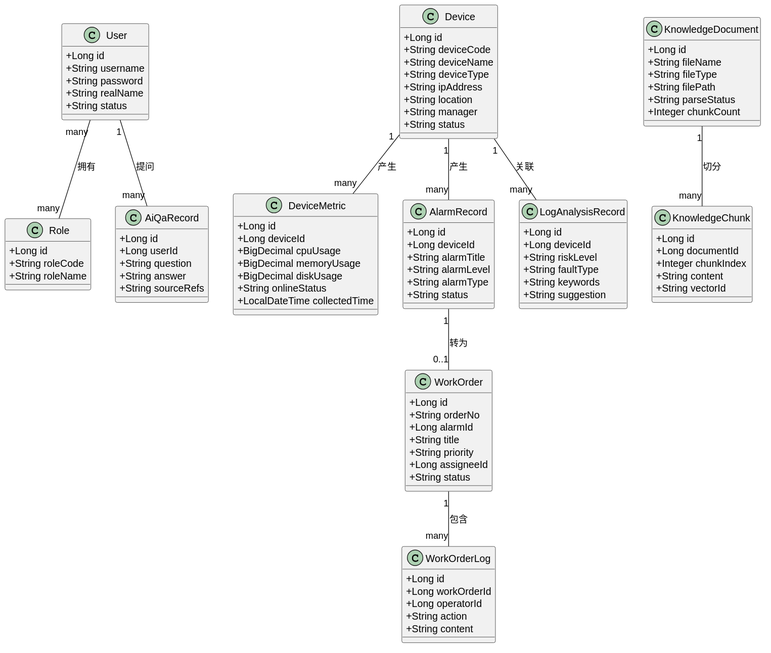
This is docs/设计图/导出图/SVG/02_核心类图.svg from wrj800/-itc-, a PlantUML export, as it was before one commit. Source of this version:
```plantuml
@startuml
skinparam classAttributeIconSize 0

class User {
  +Long id
  +String username
  +String password
  +String realName
  +String status
}

class Role {
  +Long id
  +String roleCode
  +String roleName
}

class Device {
  +Long id
  +String deviceCode
  +String deviceName
  +String deviceType
  +String ipAddress
  +String location
  +String manager
  +String status
}

class DeviceMetric {
  +Long id
  +Long deviceId
  +BigDecimal cpuUsage
  +BigDecimal memoryUsage
  +BigDecimal diskUsage
  +String onlineStatus
  +LocalDateTime collectedTime
}

class AlarmRecord {
  +Long id
  +Long deviceId
  +String alarmTitle
  +String alarmLevel
  +String alarmType
  +String status
}

class WorkOrder {
  +Long id
  +String orderNo
  +Long alarmId
  +String title
  +String priority
  +Long assigneeId
  +String status
}

class WorkOrderLog {
  +Long id
  +Long workOrderId
  +Long operatorId
  +String action
  +String content
}

class LogAnalysisRecord {
  +Long id
  +Long deviceId
  +String riskLevel
  +String faultType
  +String keywords
  +String suggestion
}

class KnowledgeDocument {
  +Long id
  +String fileName
  +String fileType
  +String filePath
  +String parseStatus
  +Integer chunkCount
}

class KnowledgeChunk {
  +Long id
  +Long documentId
  +Integer chunkIndex
  +String content
  +String vectorId
}

class AiQaRecord {
  +Long id
  +Long userId
  +String question
  +String answer
  +String sourceRefs
}

User "many" -- "many" Role : 拥有
Device "1" -- "many" DeviceMetric : 产生
Device "1" -- "many" AlarmRecord : 产生
AlarmRecord "1" -- "0..1" WorkOrder : 转为
WorkOrder "1" -- "many" WorkOrderLog : 包含
Device "1" -- "many" LogAnalysisRecord : 关联
KnowledgeDocument "1" -- "many" KnowledgeChunk : 切分
User "1" -- "many" AiQaRecord : 提问
@enduml
```
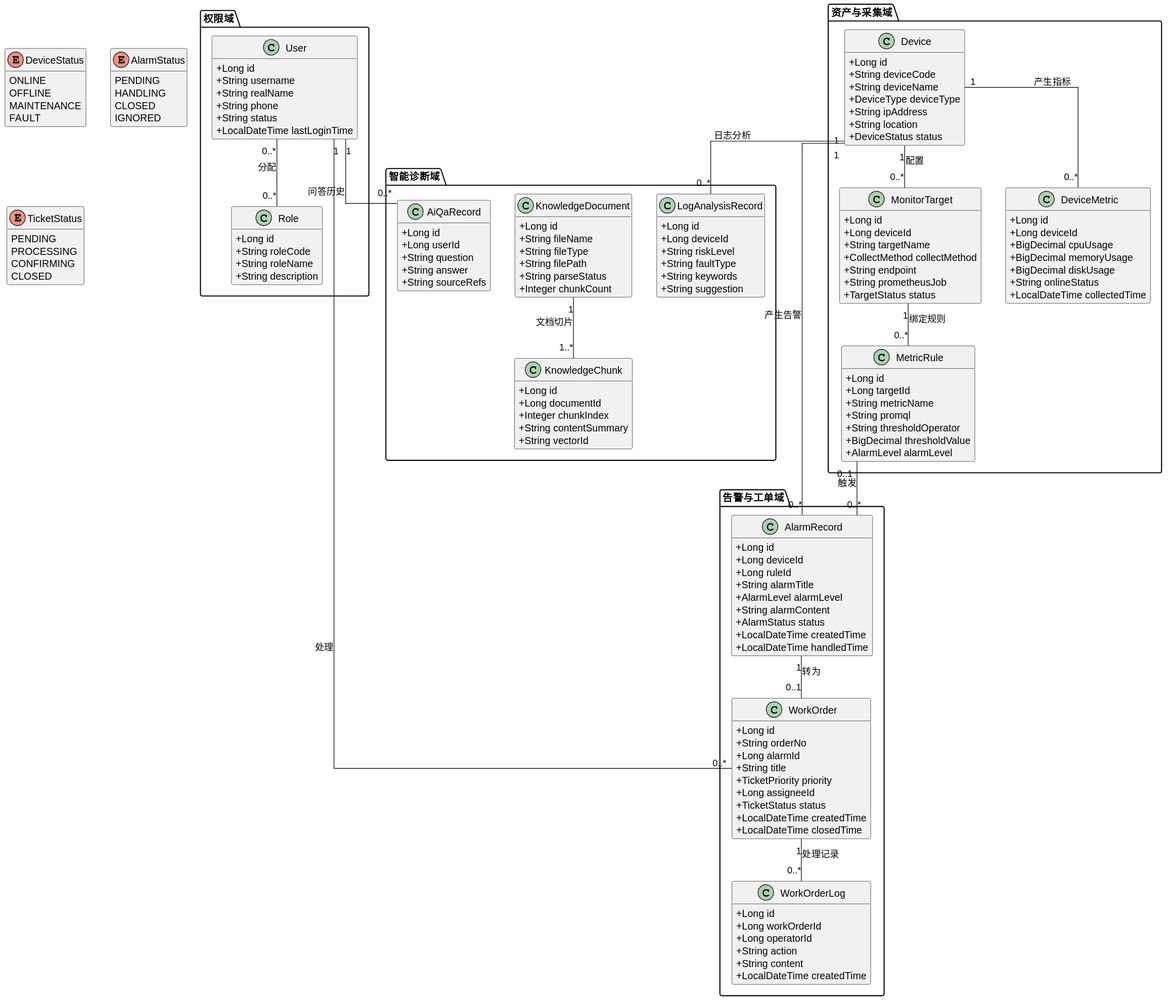
The same file after the commit.

Diff of the diagram source:
```diff
@@ -1,108 +1,170 @@
 @startuml
 skinparam classAttributeIconSize 0
+skinparam linetype ortho
+hide empty methods
 
-class User {
-  +Long id
-  +String username
-  +String password
-  +String realName
-  +String status
+package "权限域" {
+  class User {
+    +Long id
+    +String username
+    +String realName
+    +String phone
+    +String status
+    +LocalDateTime lastLoginTime
+  }
+
+  class Role {
+    +Long id
+    +String roleCode
+    +String roleName
+    +String description
+  }
 }
 
-class Role {
-  +Long id
-  +String roleCode
-  +String roleName
+package "资产与采集域" {
+  class Device {
+    +Long id
+    +String deviceCode
+    +String deviceName
+    +DeviceType deviceType
+    +String ipAddress
+    +String location
+    +DeviceStatus status
+  }
+
+  class MonitorTarget {
+    +Long id
+    +Long deviceId
+    +String targetName
+    +CollectMethod collectMethod
+    +String endpoint
+    +String prometheusJob
+    +TargetStatus status
+  }
+
+  class MetricRule {
+    +Long id
+    +Long targetId
+    +String metricName
+    +String promql
+    +String thresholdOperator
+    +BigDecimal thresholdValue
+    +AlarmLevel alarmLevel
+  }
+
+  class DeviceMetric {
+    +Long id
+    +Long deviceId
+    +BigDecimal cpuUsage
+    +BigDecimal memoryUsage
+    +BigDecimal diskUsage
+    +String onlineStatus
+    +LocalDateTime collectedTime
+  }
 }
 
-class Device {
-  +Long id
-  +String deviceCode
-  +String deviceName
-  +String deviceType
-  +String ipAddress
-  +String location
-  +String manager
-  +String status
+package "告警与工单域" {
+  class AlarmRecord {
+    +Long id
+    +Long deviceId
+    +Long ruleId
+    +String alarmTitle
+    +AlarmLevel alarmLevel
+    +String alarmContent
+    +AlarmStatus status
+    +LocalDateTime createdTime
+    +LocalDateTime handledTime
+  }
+
+  class WorkOrder {
+    +Long id
+    +String orderNo
+    +Long alarmId
+    +String title
+    +TicketPriority priority
+    +Long assigneeId
+    +TicketStatus status
+    +LocalDateTime createdTime
+    +LocalDateTime closedTime
+  }
+
+  class WorkOrderLog {
+    +Long id
+    +Long workOrderId
+    +Long operatorId
+    +String action
+    +String content
+    +LocalDateTime createdTime
+  }
 }
 
-class DeviceMetric {
-  +Long id
-  +Long deviceId
-  +BigDecimal cpuUsage
-  +BigDecimal memoryUsage
-  +BigDecimal diskUsage
-  +String onlineStatus
-  +LocalDateTime collectedTime
+package "智能诊断域" {
+  class LogAnalysisRecord {
+    +Long id
+    +Long deviceId
+    +String riskLevel
+    +String faultType
+    +String keywords
+    +String suggestion
+  }
+
+  class KnowledgeDocument {
+    +Long id
+    +String fileName
+    +String fileType
+    +String filePath
+    +String parseStatus
+    +Integer chunkCount
+  }
+
+  class KnowledgeChunk {
+    +Long id
+    +Long documentId
+    +Integer chunkIndex
+    +String contentSummary
+    +String vectorId
+  }
+
+  class AiQaRecord {
+    +Long id
+    +Long userId
+    +String question
+    +String answer
+    +String sourceRefs
+  }
 }
 
-class AlarmRecord {
-  +Long id
-  +Long deviceId
-  +String alarmTitle
-  +String alarmLevel
-  +String alarmType
-  +String status
+enum DeviceStatus {
+  ONLINE
+  OFFLINE
+  MAINTENANCE
+  FAULT
 }
 
-class WorkOrder {
-  +Long id
-  +String orderNo
-  +Long alarmId
-  +String title
-  +String priority
-  +Long assigneeId
-  +String status
+enum AlarmStatus {
+  PENDING
+  HANDLING
+  CLOSED
+  IGNORED
 }
 
-class WorkOrderLog {
-  +Long id
-  +Long workOrderId
-  +Long operatorId
-  +String action
-  +String content
+enum TicketStatus {
+  PENDING
+  PROCESSING
+  CONFIRMING
+  CLOSED
 }
 
-class LogAnalysisRecord {
-  +Long id
-  +Long deviceId
-  +String riskLevel
-  +String faultType
-  +String keywords
-  +String suggestion
-}
-
-class KnowledgeDocument {
-  +Long id
-  +String fileName
-  +String fileType
-  +String filePath
-  +String parseStatus
-  +Integer chunkCount
-}
-
-class KnowledgeChunk {
-  +Long id
-  +Long documentId
-  +Integer chunkIndex
-  +String content
-  +String vectorId
-}
-
-class AiQaRecord {
-  +Long id
-  +Long userId
-  +String question
-  +String answer
-  +String sourceRefs
-}
-
-User "many" -- "many" Role : 拥有
-Device "1" -- "many" DeviceMetric : 产生
-Device "1" -- "many" AlarmRecord : 产生
+User "0..*" -- "0..*" Role : 分配
+Device "1" -- "0..*" MonitorTarget : 配置
+MonitorTarget "1" -- "0..*" MetricRule : 绑定规则
+Device "1" -- "0..*" DeviceMetric : 产生指标
+Device "1" -- "0..*" AlarmRecord : 产生告警
+MetricRule "0..1" -- "0..*" AlarmRecord : 触发
 AlarmRecord "1" -- "0..1" WorkOrder : 转为
-WorkOrder "1" -- "many" WorkOrderLog : 包含
-Device "1" -- "many" LogAnalysisRecord : 关联
-KnowledgeDocument "1" -- "many" KnowledgeChunk : 切分
-User "1" -- "many" AiQaRecord : 提问
+WorkOrder "1" -- "0..*" WorkOrderLog : 处理记录
+User "1" -- "0..*" WorkOrder : 处理
+Device "1" -- "0..*" LogAnalysisRecord : 日志分析
+KnowledgeDocument "1" -- "1..*" KnowledgeChunk : 文档切片
+User "1" -- "0..*" AiQaRecord : 问答历史
 @enduml
```
